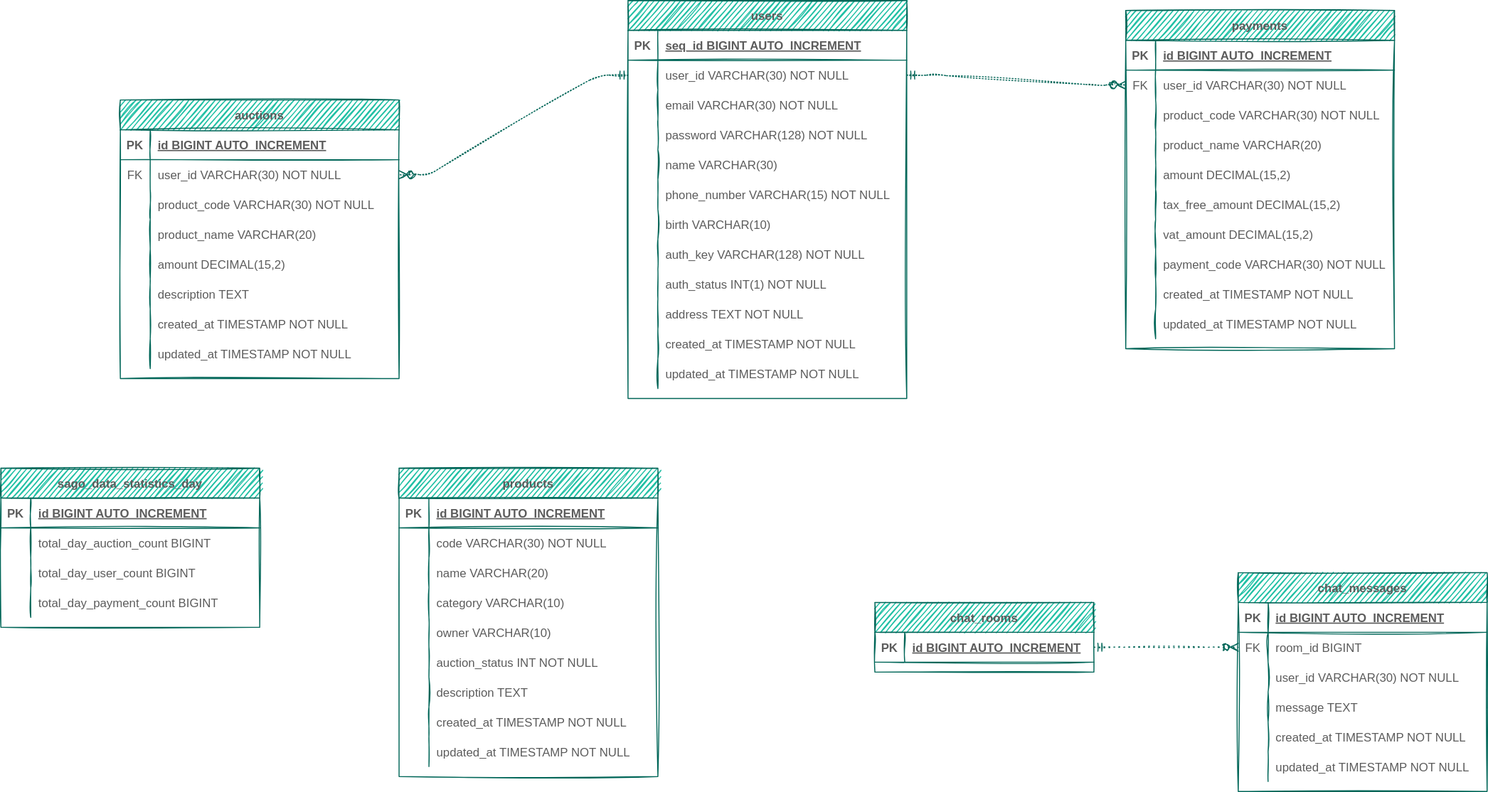
Above: sago_database_schema.drawio.svg in AnneMayor/TestRepository (draw.io), before the change. Source tidied: cells renumbered, new cells last; positions are measured from the earlier drawing's top-left corner, leaving out a move shared by most shapes.
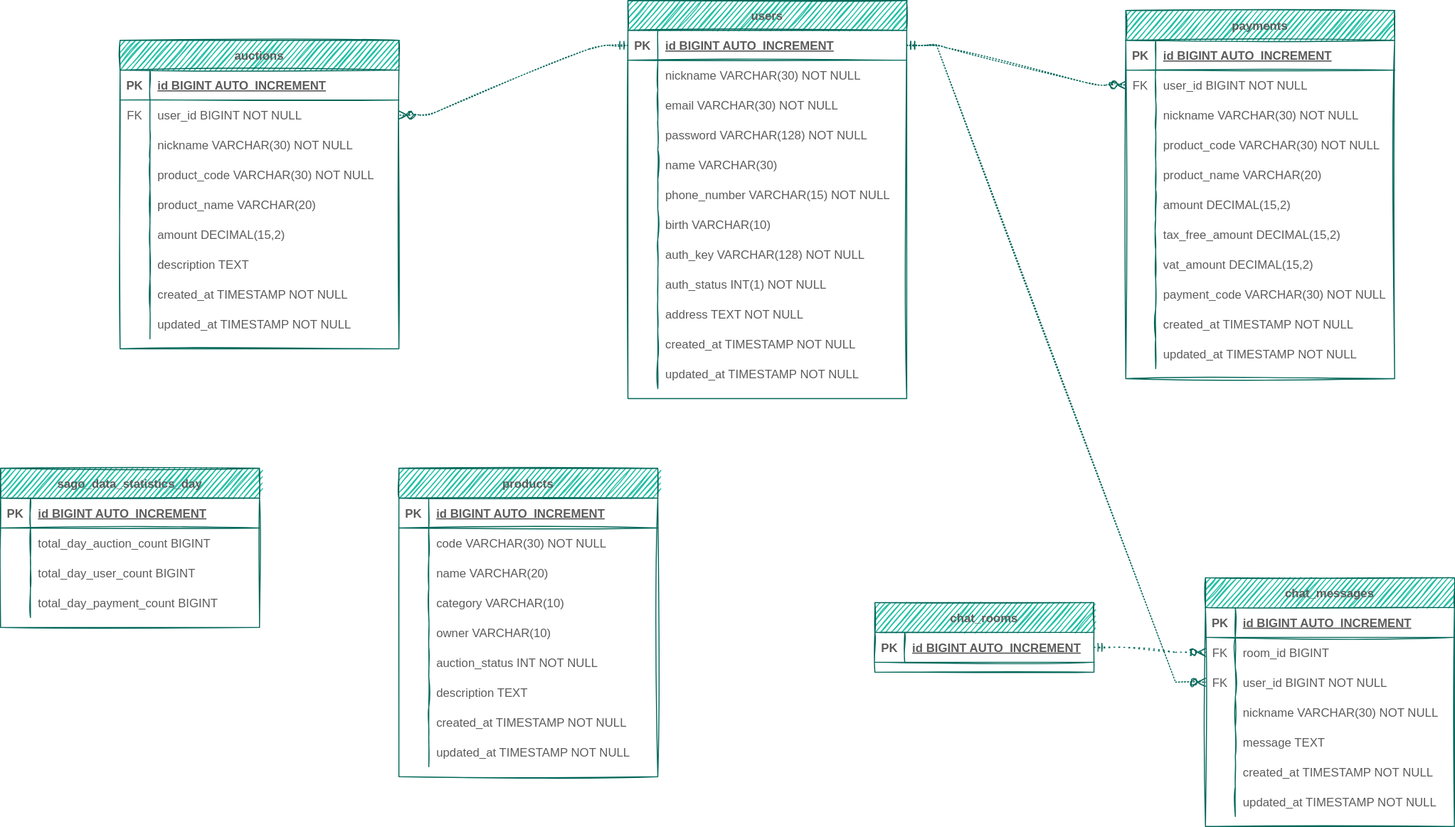
After the change.

Commit message:
real final ERD 업데이트

The edit, as a diff of the source:
```diff
@@ -5,3 +5,3 @@
     <mxCell id="2" value="auctions" style="shape=table;startSize=30;rowLines=0;fontStyle=1;align=center;sketch=1;fillColor=#21C0A5;strokeColor=#006658;fontColor=#5C5C5C;" parent="1" vertex="1">
-      <mxGeometry x="120" y="100" width="280" height="280" as="geometry" />
+      <mxGeometry x="120" y="40" width="280" height="310" as="geometry" />
     </mxCell>
@@ -16,9 +16,18 @@
     </mxCell>
+    <mxCell id="162" style="shape=partialRectangle;fillColor=none;points=[[0,0.5],[1,0.5]];portConstraint=eastwest;top=0;left=0;right=0;bottom=0;sketch=1;strokeColor=#006658;fontColor=#5C5C5C;" parent="2" vertex="1">
+      <mxGeometry y="60" width="280" height="30" as="geometry" />
+    </mxCell>
+    <mxCell id="163" value="FK" style="shape=partialRectangle;overflow=hidden;fillColor=none;top=0;left=0;bottom=0;right=0;sketch=1;strokeColor=#006658;fontColor=#5C5C5C;" parent="162" vertex="1">
+      <mxGeometry width="30" height="30" as="geometry" />
+    </mxCell>
+    <mxCell id="164" value="user_id BIGINT NOT NULL" style="shape=partialRectangle;overflow=hidden;fillColor=none;top=0;left=0;bottom=0;right=0;align=left;spacingLeft=6;sketch=1;strokeColor=#006658;fontColor=#5C5C5C;" parent="162" vertex="1">
+      <mxGeometry x="30" width="250" height="30" as="geometry" />
+    </mxCell>
     <mxCell id="6" style="shape=partialRectangle;fillColor=none;points=[[0,0.5],[1,0.5]];portConstraint=eastwest;top=0;left=0;right=0;bottom=0;sketch=1;strokeColor=#006658;fontColor=#5C5C5C;" parent="2" vertex="1">
-      <mxGeometry y="60" width="280" height="30" as="geometry" />
+      <mxGeometry y="90" width="280" height="30" as="geometry" />
     </mxCell>
-    <mxCell id="7" value="FK" style="shape=partialRectangle;overflow=hidden;fillColor=none;top=0;left=0;bottom=0;right=0;sketch=1;strokeColor=#006658;fontColor=#5C5C5C;" parent="6" vertex="1">
+    <mxCell id="7" style="shape=partialRectangle;overflow=hidden;fillColor=none;top=0;left=0;bottom=0;right=0;sketch=1;strokeColor=#006658;fontColor=#5C5C5C;" parent="6" vertex="1">
       <mxGeometry width="30" height="30" as="geometry" />
     </mxCell>
-    <mxCell id="8" value="user_id VARCHAR(30) NOT NULL" style="shape=partialRectangle;overflow=hidden;fillColor=none;top=0;left=0;bottom=0;right=0;align=left;spacingLeft=6;sketch=1;strokeColor=#006658;fontColor=#5C5C5C;" parent="6" vertex="1">
+    <mxCell id="8" value="nickname VARCHAR(30) NOT NULL" style="shape=partialRectangle;overflow=hidden;fillColor=none;top=0;left=0;bottom=0;right=0;align=left;spacingLeft=6;sketch=1;strokeColor=#006658;fontColor=#5C5C5C;" parent="6" vertex="1">
       <mxGeometry x="30" width="250" height="30" as="geometry" />
@@ -26,3 +35,3 @@
     <mxCell id="9" style="shape=partialRectangle;fillColor=none;top=0;left=0;right=0;bottom=0;sketch=1;strokeColor=#006658;fontColor=#5C5C5C;" parent="2" vertex="1">
-      <mxGeometry y="90" width="280" height="30" as="geometry" />
+      <mxGeometry y="120" width="280" height="30" as="geometry" />
     </mxCell>
@@ -35,3 +44,3 @@
     <mxCell id="12" style="shape=partialRectangle;fillColor=none;top=0;left=0;right=0;bottom=0;sketch=1;strokeColor=#006658;fontColor=#5C5C5C;" parent="2" vertex="1">
-      <mxGeometry y="120" width="280" height="30" as="geometry" />
+      <mxGeometry y="150" width="280" height="30" as="geometry" />
     </mxCell>
@@ -44,3 +53,3 @@
     <mxCell id="15" style="shape=partialRectangle;fillColor=none;top=0;left=0;right=0;bottom=0;sketch=1;strokeColor=#006658;fontColor=#5C5C5C;" parent="2" vertex="1">
-      <mxGeometry y="150" width="280" height="30" as="geometry" />
+      <mxGeometry y="180" width="280" height="30" as="geometry" />
     </mxCell>
@@ -53,3 +62,3 @@
     <mxCell id="18" style="shape=partialRectangle;fillColor=none;top=0;left=0;right=0;bottom=0;sketch=1;strokeColor=#006658;fontColor=#5C5C5C;" parent="2" vertex="1">
-      <mxGeometry y="180" width="280" height="30" as="geometry" />
+      <mxGeometry y="210" width="280" height="30" as="geometry" />
     </mxCell>
@@ -62,3 +71,3 @@
     <mxCell id="21" style="shape=partialRectangle;fillColor=none;top=0;left=0;right=0;bottom=0;sketch=1;strokeColor=#006658;fontColor=#5C5C5C;" parent="2" vertex="1">
-      <mxGeometry y="210" width="280" height="30" as="geometry" />
+      <mxGeometry y="240" width="280" height="30" as="geometry" />
     </mxCell>
@@ -71,3 +80,3 @@
     <mxCell id="24" style="shape=partialRectangle;fillColor=none;top=0;left=0;right=0;bottom=0;sketch=1;strokeColor=#006658;fontColor=#5C5C5C;" parent="2" vertex="1">
-      <mxGeometry y="240" width="280" height="30" as="geometry" />
+      <mxGeometry y="270" width="280" height="30" as="geometry" />
     </mxCell>
@@ -80,3 +89,3 @@
     <mxCell id="27" value="payments" style="shape=table;startSize=30;rowLines=0;fontStyle=1;align=center;sketch=1;fillColor=#21C0A5;strokeColor=#006658;fontColor=#5C5C5C;" parent="1" vertex="1">
-      <mxGeometry x="1130" y="10" width="270" height="340" as="geometry" />
+      <mxGeometry x="1130" y="10" width="270" height="370" as="geometry" />
     </mxCell>
@@ -91,9 +100,18 @@
     </mxCell>
+    <mxCell id="165" style="shape=partialRectangle;fillColor=none;points=[[0,0.5],[1,0.5]];portConstraint=eastwest;top=0;left=0;right=0;bottom=0;sketch=1;strokeColor=#006658;fontColor=#5C5C5C;" parent="27" vertex="1">
+      <mxGeometry y="60" width="270" height="30" as="geometry" />
+    </mxCell>
+    <mxCell id="166" value="FK" style="shape=partialRectangle;overflow=hidden;fillColor=none;top=0;left=0;bottom=0;right=0;sketch=1;strokeColor=#006658;fontColor=#5C5C5C;" parent="165" vertex="1">
+      <mxGeometry width="30" height="30" as="geometry" />
+    </mxCell>
+    <mxCell id="167" value="user_id BIGINT NOT NULL" style="shape=partialRectangle;overflow=hidden;fillColor=none;top=0;left=0;bottom=0;right=0;align=left;spacingLeft=6;sketch=1;strokeColor=#006658;fontColor=#5C5C5C;" parent="165" vertex="1">
+      <mxGeometry x="30" width="240" height="30" as="geometry" />
+    </mxCell>
     <mxCell id="31" style="shape=partialRectangle;fillColor=none;points=[[0,0.5],[1,0.5]];portConstraint=eastwest;top=0;left=0;right=0;bottom=0;sketch=1;strokeColor=#006658;fontColor=#5C5C5C;" parent="27" vertex="1">
-      <mxGeometry y="60" width="270" height="30" as="geometry" />
+      <mxGeometry y="90" width="270" height="30" as="geometry" />
     </mxCell>
-    <mxCell id="32" value="FK" style="shape=partialRectangle;overflow=hidden;fillColor=none;top=0;left=0;bottom=0;right=0;sketch=1;strokeColor=#006658;fontColor=#5C5C5C;" parent="31" vertex="1">
+    <mxCell id="32" style="shape=partialRectangle;overflow=hidden;fillColor=none;top=0;left=0;bottom=0;right=0;sketch=1;strokeColor=#006658;fontColor=#5C5C5C;" parent="31" vertex="1">
       <mxGeometry width="30" height="30" as="geometry" />
     </mxCell>
-    <mxCell id="33" value="user_id VARCHAR(30) NOT NULL" style="shape=partialRectangle;overflow=hidden;fillColor=none;top=0;left=0;bottom=0;right=0;align=left;spacingLeft=6;sketch=1;strokeColor=#006658;fontColor=#5C5C5C;" parent="31" vertex="1">
+    <mxCell id="33" value="nickname VARCHAR(30) NOT NULL" style="shape=partialRectangle;overflow=hidden;fillColor=none;top=0;left=0;bottom=0;right=0;align=left;spacingLeft=6;sketch=1;strokeColor=#006658;fontColor=#5C5C5C;" parent="31" vertex="1">
       <mxGeometry x="30" width="240" height="30" as="geometry" />
@@ -101,3 +119,3 @@
     <mxCell id="34" style="shape=partialRectangle;fillColor=none;top=0;left=0;right=0;bottom=0;sketch=1;strokeColor=#006658;fontColor=#5C5C5C;" parent="27" vertex="1">
-      <mxGeometry y="90" width="270" height="30" as="geometry" />
+      <mxGeometry y="120" width="270" height="30" as="geometry" />
     </mxCell>
@@ -110,3 +128,3 @@
     <mxCell id="37" style="shape=partialRectangle;fillColor=none;top=0;left=0;right=0;bottom=0;sketch=1;strokeColor=#006658;fontColor=#5C5C5C;" parent="27" vertex="1">
-      <mxGeometry y="120" width="270" height="30" as="geometry" />
+      <mxGeometry y="150" width="270" height="30" as="geometry" />
     </mxCell>
@@ -119,3 +137,3 @@
     <mxCell id="40" style="shape=partialRectangle;fillColor=none;top=0;left=0;right=0;bottom=0;sketch=1;strokeColor=#006658;fontColor=#5C5C5C;" parent="27" vertex="1">
-      <mxGeometry y="150" width="270" height="30" as="geometry" />
+      <mxGeometry y="180" width="270" height="30" as="geometry" />
     </mxCell>
@@ -128,3 +146,3 @@
     <mxCell id="43" style="shape=partialRectangle;fillColor=none;top=0;left=0;right=0;bottom=0;sketch=1;strokeColor=#006658;fontColor=#5C5C5C;" parent="27" vertex="1">
-      <mxGeometry y="180" width="270" height="30" as="geometry" />
+      <mxGeometry y="210" width="270" height="30" as="geometry" />
     </mxCell>
@@ -137,3 +155,3 @@
     <mxCell id="46" style="shape=partialRectangle;fillColor=none;top=0;left=0;right=0;bottom=0;sketch=1;strokeColor=#006658;fontColor=#5C5C5C;" parent="27" vertex="1">
-      <mxGeometry y="210" width="270" height="30" as="geometry" />
+      <mxGeometry y="240" width="270" height="30" as="geometry" />
     </mxCell>
@@ -146,3 +164,3 @@
     <mxCell id="49" style="shape=partialRectangle;fillColor=none;top=0;left=0;right=0;bottom=0;sketch=1;strokeColor=#006658;fontColor=#5C5C5C;" parent="27" vertex="1">
-      <mxGeometry y="240" width="270" height="30" as="geometry" />
+      <mxGeometry y="270" width="270" height="30" as="geometry" />
     </mxCell>
@@ -155,3 +173,3 @@
     <mxCell id="52" style="shape=partialRectangle;fillColor=none;top=0;left=0;right=0;bottom=0;sketch=1;strokeColor=#006658;fontColor=#5C5C5C;" parent="27" vertex="1">
-      <mxGeometry y="270" width="270" height="30" as="geometry" />
+      <mxGeometry y="300" width="270" height="30" as="geometry" />
     </mxCell>
@@ -164,3 +182,3 @@
     <mxCell id="55" style="shape=partialRectangle;fillColor=none;top=0;left=0;right=0;bottom=0;sketch=1;strokeColor=#006658;fontColor=#5C5C5C;" parent="27" vertex="1">
-      <mxGeometry y="300" width="270" height="30" as="geometry" />
+      <mxGeometry y="330" width="270" height="30" as="geometry" />
     </mxCell>
@@ -181,3 +199,3 @@
     </mxCell>
-    <mxCell id="61" value="seq_id BIGINT AUTO_INCREMENT" style="shape=partialRectangle;overflow=hidden;fillColor=none;top=0;left=0;bottom=0;right=0;align=left;spacingLeft=6;fontStyle=5;sketch=1;strokeColor=#006658;fontColor=#5C5C5C;" parent="59" vertex="1">
+    <mxCell id="61" value="id BIGINT AUTO_INCREMENT" style="shape=partialRectangle;overflow=hidden;fillColor=none;top=0;left=0;bottom=0;right=0;align=left;spacingLeft=6;fontStyle=5;sketch=1;strokeColor=#006658;fontColor=#5C5C5C;" parent="59" vertex="1">
       <mxGeometry x="30" width="250" height="30" as="geometry" />
@@ -190,3 +208,3 @@
     </mxCell>
-    <mxCell id="64" value="user_id VARCHAR(30) NOT NULL" style="shape=partialRectangle;overflow=hidden;fillColor=none;top=0;left=0;bottom=0;right=0;align=left;spacingLeft=6;sketch=1;strokeColor=#006658;fontColor=#5C5C5C;" parent="62" vertex="1">
+    <mxCell id="64" value="nickname VARCHAR(30) NOT NULL" style="shape=partialRectangle;overflow=hidden;fillColor=none;top=0;left=0;bottom=0;right=0;align=left;spacingLeft=6;sketch=1;strokeColor=#006658;fontColor=#5C5C5C;" parent="62" vertex="1">
       <mxGeometry x="30" width="250" height="30" as="geometry" />
@@ -368,3 +386,3 @@
     <mxCell id="123" value="chat_messages" style="shape=table;startSize=30;rowLines=0;fontStyle=1;align=center;sketch=1;fillColor=#21C0A5;strokeColor=#006658;fontColor=#5C5C5C;" parent="1" vertex="1">
-      <mxGeometry x="1243" y="575" width="250" height="220" as="geometry" />
+      <mxGeometry x="1210" y="580" width="250" height="250" as="geometry" />
     </mxCell>
@@ -391,10 +409,19 @@
     </mxCell>
-    <mxCell id="131" style="shape=partialRectangle;fillColor=none;top=0;left=0;bottom=0;right=0;overflow=hidden;sketch=1;strokeColor=#006658;fontColor=#5C5C5C;" parent="130" vertex="1">
+    <mxCell id="131" value="FK" style="shape=partialRectangle;fillColor=none;top=0;left=0;bottom=0;right=0;overflow=hidden;sketch=1;strokeColor=#006658;fontColor=#5C5C5C;" parent="130" vertex="1">
       <mxGeometry width="30" height="30" as="geometry" />
     </mxCell>
-    <mxCell id="132" value="user_id VARCHAR(30) NOT NULL" style="shape=partialRectangle;fillColor=none;top=0;left=0;bottom=0;right=0;align=left;spacingLeft=6;overflow=hidden;sketch=1;strokeColor=#006658;fontColor=#5C5C5C;" parent="130" vertex="1">
+    <mxCell id="132" value="user_id BIGINT NOT NULL" style="shape=partialRectangle;fillColor=none;top=0;left=0;bottom=0;right=0;align=left;spacingLeft=6;overflow=hidden;sketch=1;strokeColor=#006658;fontColor=#5C5C5C;" parent="130" vertex="1">
       <mxGeometry x="30" width="220" height="30" as="geometry" />
     </mxCell>
+    <mxCell id="168" style="shape=partialRectangle;fillColor=none;top=0;left=0;bottom=0;right=0;sketch=1;strokeColor=#006658;fontColor=#5C5C5C;" parent="123" vertex="1">
+      <mxGeometry y="120" width="250" height="30" as="geometry" />
+    </mxCell>
+    <mxCell id="169" style="shape=partialRectangle;fillColor=none;top=0;left=0;bottom=0;right=0;overflow=hidden;sketch=1;strokeColor=#006658;fontColor=#5C5C5C;" parent="168" vertex="1">
+      <mxGeometry width="30" height="30" as="geometry" />
+    </mxCell>
+    <mxCell id="170" value="nickname VARCHAR(30) NOT NULL" style="shape=partialRectangle;fillColor=none;top=0;left=0;bottom=0;right=0;align=left;spacingLeft=6;overflow=hidden;sketch=1;strokeColor=#006658;fontColor=#5C5C5C;" parent="168" vertex="1">
+      <mxGeometry x="30" width="220" height="30" as="geometry" />
+    </mxCell>
     <mxCell id="133" style="shape=partialRectangle;fillColor=none;top=0;left=0;bottom=0;right=0;sketch=1;strokeColor=#006658;fontColor=#5C5C5C;" parent="123" vertex="1">
-      <mxGeometry y="120" width="250" height="30" as="geometry" />
+      <mxGeometry y="150" width="250" height="30" as="geometry" />
     </mxCell>
@@ -407,3 +434,3 @@
     <mxCell id="136" style="shape=partialRectangle;fillColor=none;top=0;left=0;bottom=0;right=0;sketch=1;strokeColor=#006658;fontColor=#5C5C5C;" parent="123" vertex="1">
-      <mxGeometry y="150" width="250" height="30" as="geometry" />
+      <mxGeometry y="180" width="250" height="30" as="geometry" />
     </mxCell>
@@ -416,3 +443,3 @@
     <mxCell id="139" style="shape=partialRectangle;fillColor=none;top=0;left=0;bottom=0;right=0;sketch=1;strokeColor=#006658;fontColor=#5C5C5C;" parent="123" vertex="1">
-      <mxGeometry y="180" width="250" height="30" as="geometry" />
+      <mxGeometry y="210" width="250" height="30" as="geometry" />
     </mxCell>
@@ -439,6 +466,6 @@
     </mxCell>
-    <mxCell id="147" style="edgeStyle=entityRelationEdgeStyle;fontSize=12;html=1;endArrow=ERzeroToMany;startArrow=ERmandOne;rounded=1;sketch=1;fontColor=#5C5C5C;strokeColor=#006658;fillColor=#21C0A5;curved=0;entryX=0;entryY=0.5;entryDx=0;entryDy=0;exitX=1;exitY=0.5;exitDx=0;exitDy=0;dashed=1;dashPattern=1 2;" parent="1" edge="1" source="62" target="31">
+    <mxCell id="147" style="edgeStyle=entityRelationEdgeStyle;fontSize=12;html=1;endArrow=ERzeroToMany;startArrow=ERmandOne;rounded=1;sketch=1;fontColor=#5C5C5C;strokeColor=#006658;fillColor=#21C0A5;curved=0;entryX=0;entryY=0.5;entryDx=0;entryDy=0;exitX=1;exitY=0.5;exitDx=0;exitDy=0;dashed=1;dashPattern=1 2;" parent="1" edge="1" source="59" target="165">
       <mxGeometry relative="1" as="geometry" />
     </mxCell>
-    <mxCell id="148" style="edgeStyle=entityRelationEdgeStyle;fontSize=12;html=1;endArrow=ERzeroToMany;startArrow=ERmandOne;rounded=1;sketch=1;fontColor=#5C5C5C;strokeColor=#006658;fillColor=#21C0A5;curved=0;entryX=1;entryY=0.5;entryDx=0;entryDy=0;exitX=0;exitY=0.5;exitDx=0;exitDy=0;dashed=1;dashPattern=1 2;" parent="1" edge="1" source="62" target="6">
+    <mxCell id="148" style="edgeStyle=entityRelationEdgeStyle;fontSize=12;html=1;endArrow=ERzeroToMany;startArrow=ERmandOne;rounded=1;sketch=1;fontColor=#5C5C5C;strokeColor=#006658;fillColor=#21C0A5;curved=0;entryX=1;entryY=0.5;entryDx=0;entryDy=0;exitX=0;exitY=0.5;exitDx=0;exitDy=0;dashed=1;dashPattern=1 2;" parent="1" edge="1" source="59" target="162">
       <mxGeometry relative="1" as="geometry" />
@@ -484,2 +511,5 @@
     </mxCell>
+    <mxCell id="171" style="edgeStyle=entityRelationEdgeStyle;fontSize=12;html=1;endArrow=ERzeroToMany;startArrow=ERmandOne;rounded=0;entryX=0;entryY=0.5;entryDx=0;entryDy=0;exitX=1;exitY=0.5;exitDx=0;exitDy=0;dashed=1;dashPattern=1 2;sketch=1;strokeColor=#006658;fontColor=#5C5C5C;" parent="1" edge="1" source="59" target="130">
+      <mxGeometry relative="1" as="geometry" />
+    </mxCell>
   </root>
```
